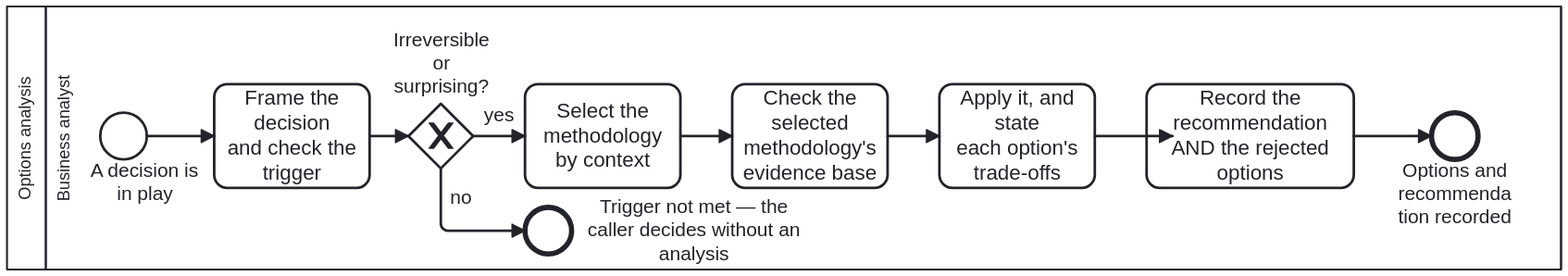
Before: docs/assets/img/workflows/options-analysis.svg, a diagram exported from BPMN (litlfred/cat-harness). Its source is kept beside it as processes/sdlc/options-analysis.bpmn. Ids are renumbered.
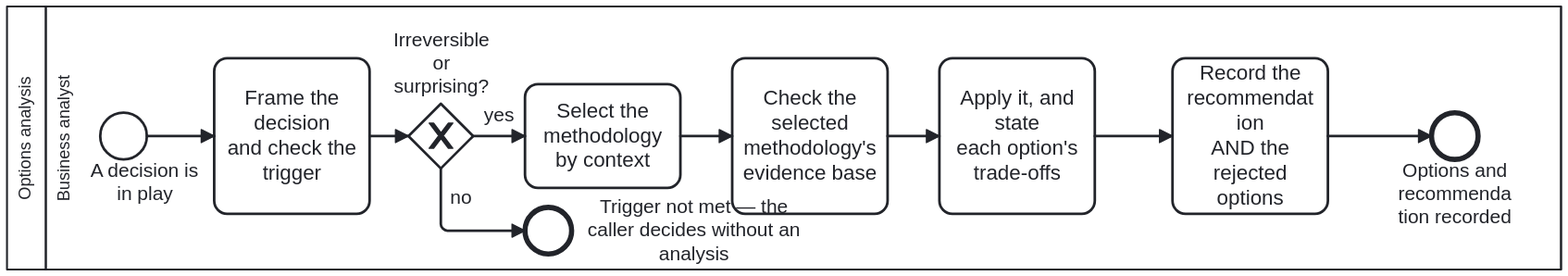
After the commit.

Change to the diagram source:
```diff
@@ -108,39 +108,41 @@
       </bpmndi:BPMNShape>
       <bpmndi:BPMNShape id="Shape_Start_Process_OptionsAnalysis" bpmnElement="Start_Process_OptionsAnalysis">
         <dc:Bounds x="232" y="162" width="36" height="36" />
-        <bpmndi:BPMNLabel><dc:Bounds x="221.09" y="197.5" width="90" height="36" /></bpmndi:BPMNLabel>
-      </bpmndi:BPMNShape>
+
+      <bpmndi:BPMNLabel><dc:Bounds x="221.09" y="197.5" width="90" height="36" /></bpmndi:BPMNLabel></bpmndi:BPMNShape>
       <bpmndi:BPMNShape id="Shape_A_Frame" bpmnElement="A_Frame">
-        <dc:Bounds x="320" y="140" width="120" height="80" />
+        <dc:Bounds x="320" y="120" width="120" height="120" />
       </bpmndi:BPMNShape>
       <bpmndi:BPMNShape id="Shape_GW_Trigger" bpmnElement="GW_Trigger" isMarkerVisible="true">
         <dc:Bounds x="470" y="155" width="50" height="50" />
-        <bpmndi:BPMNLabel><dc:Bounds x="450" y="97" width="90" height="54" /></bpmndi:BPMNLabel>
-      </bpmndi:BPMNShape>
+
+      <bpmndi:BPMNLabel><dc:Bounds x="450" y="97" width="90" height="54" /></bpmndi:BPMNLabel></bpmndi:BPMNShape>
       <bpmndi:BPMNShape id="Shape_End_TriggerNotMet" bpmnElement="End_TriggerNotMet">
         <dc:Bounds x="560" y="235" width="36" height="36" />
-        <bpmndi:BPMNLabel><dc:Bounds x="600" y="226" width="180" height="54" /></bpmndi:BPMNLabel>
-      </bpmndi:BPMNShape>
+
+      <bpmndi:BPMNLabel><dc:Bounds x="600" y="226" width="180" height="54" /></bpmndi:BPMNLabel></bpmndi:BPMNShape>
       <bpmndi:BPMNShape id="Shape_A_Select" bpmnElement="A_Select">
         <dc:Bounds x="560" y="140" width="120" height="80" />
       </bpmndi:BPMNShape>
       <bpmndi:BPMNShape id="Shape_A_CheckEvidence" bpmnElement="A_CheckEvidence">
-        <dc:Bounds x="720" y="140" width="120" height="80" />
+        <dc:Bounds x="720" y="120" width="120" height="120" />
       </bpmndi:BPMNShape>
       <bpmndi:BPMNShape id="Shape_A_Apply" bpmnElement="A_Apply">
-        <dc:Bounds x="880" y="140" width="120" height="80" />
+        <dc:Bounds x="880" y="120" width="120" height="120" />
       </bpmndi:BPMNShape>
       <bpmndi:BPMNShape id="Shape_A_Record" bpmnElement="A_Record">
-        <dc:Bounds x="1040" y="140" width="160" height="80" />
+        <dc:Bounds x="1060" y="120" width="120" height="120" />
       </bpmndi:BPMNShape>
       <bpmndi:BPMNShape id="Shape_End_Process_OptionsAnalysis" bpmnElement="End_Process_OptionsAnalysis">
         <dc:Bounds x="1260" y="162" width="36" height="36" />
       </bpmndi:BPMNShape>
       <bpmndi:BPMNEdge id="Edge_SF_Process_OptionsAnalysis_1" bpmnElement="SF_Process_OptionsAnalysis_1">
-        <di:waypoint x="268" y="180" /><di:waypoint x="320" y="180" />
+        <di:waypoint x="268" y="180" />
+        <di:waypoint x="320" y="180" />
       </bpmndi:BPMNEdge>
       <bpmndi:BPMNEdge id="Edge_SF_Process_OptionsAnalysis_2" bpmnElement="SF_Process_OptionsAnalysis_2">
-        <di:waypoint x="440" y="180" /><di:waypoint x="470" y="180" />
+        <di:waypoint x="440" y="180" />
+        <di:waypoint x="470" y="180" />
       </bpmndi:BPMNEdge>
       <bpmndi:BPMNEdge id="Edge_SF_Process_OptionsAnalysis_2b" bpmnElement="SF_Process_OptionsAnalysis_2b">
         <di:waypoint x="520" y="180" /><di:waypoint x="560" y="180" />
@@ -149,17 +151,19 @@
         <di:waypoint x="495" y="205" /><di:waypoint x="495" y="253" /><di:waypoint x="560" y="253" />
       </bpmndi:BPMNEdge>
       <bpmndi:BPMNEdge id="Edge_SF_Process_OptionsAnalysis_3" bpmnElement="SF_Process_OptionsAnalysis_3">
-        <di:waypoint x="680" y="180" /><di:waypoint x="720" y="180" />
+        <di:waypoint x="680" y="180" />
+        <di:waypoint x="720" y="180" />
       </bpmndi:BPMNEdge>
       <bpmndi:BPMNEdge id="Edge_SF_Process_OptionsAnalysis_3b" bpmnElement="SF_Process_OptionsAnalysis_3b">
-        <di:waypoint x="840" y="180" /><di:waypoint x="880" y="180" />
+        <di:waypoint x="840" y="180" />
+        <di:waypoint x="880" y="180" />
       </bpmndi:BPMNEdge>
       <bpmndi:BPMNEdge id="Edge_SF_Process_OptionsAnalysis_4" bpmnElement="SF_Process_OptionsAnalysis_4">
         <di:waypoint x="1000" y="180" />
         <di:waypoint x="1060" y="180" />
       </bpmndi:BPMNEdge>
       <bpmndi:BPMNEdge id="Edge_SF_Process_OptionsAnalysis_5" bpmnElement="SF_Process_OptionsAnalysis_5">
-        <di:waypoint x="1200" y="180" />
+        <di:waypoint x="1180" y="180" />
         <di:waypoint x="1260" y="180" />
       </bpmndi:BPMNEdge>
     </bpmndi:BPMNPlane>
```
